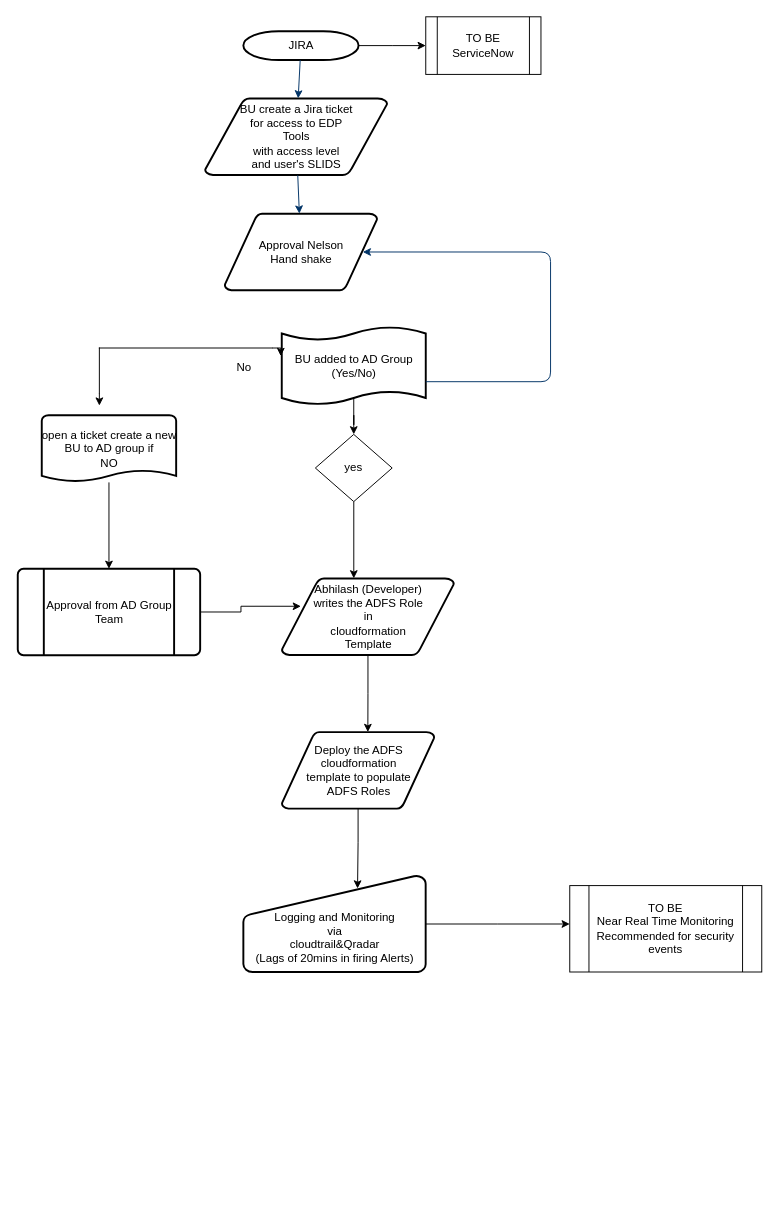
This is Copy of Formalized IAM Roles.drawio from devopseze/agbaeze, a draw.io file, before an edit. Source tidied: cells renumbered, new cells numbered last; positions are measured from the earlier drawing's top-left corner, leaving out a move shared by most shapes. Both pictures are drawn from the tidied source at 96%, with x=0, y=0 at pixel (17, 16).
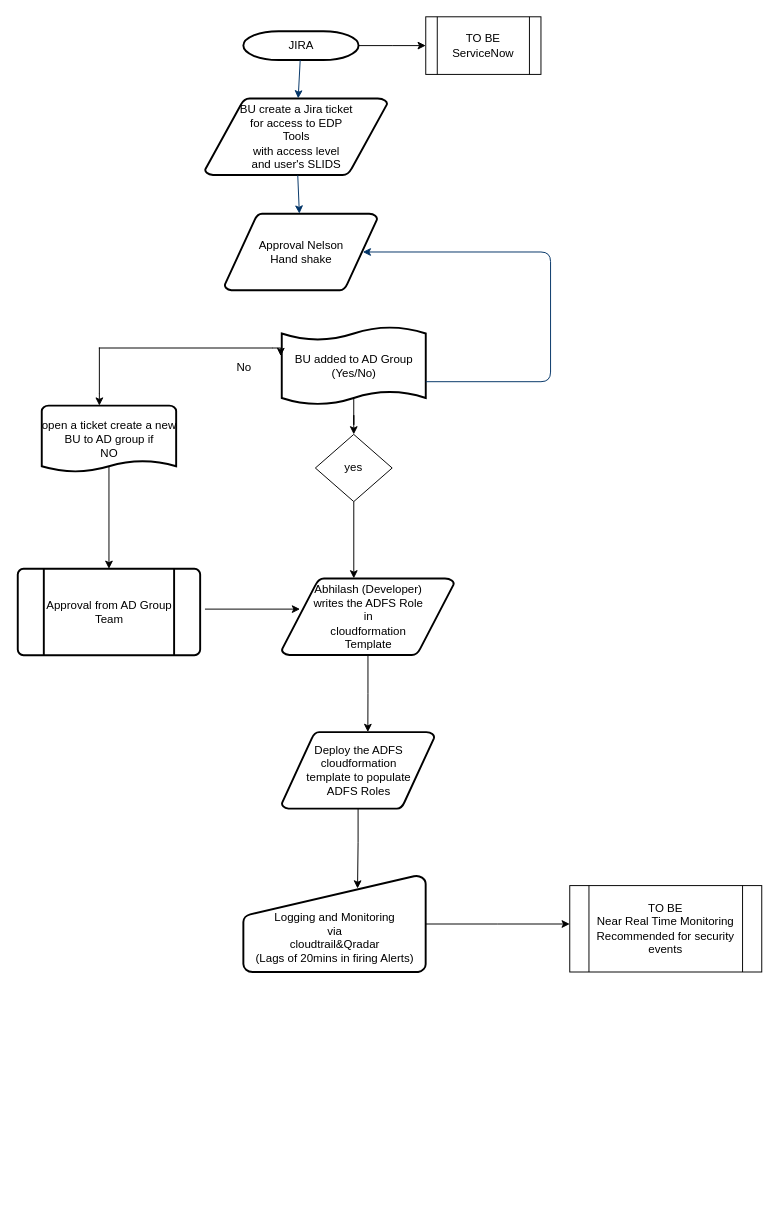
The same page after the edit.

The change refers to these unchanged cells:
```xml
<mxCell id="6" value="&lt;div&gt;Abhilash (Developer)&lt;/div&gt;&lt;div&gt;writes the ADFS Role&lt;/div&gt;&lt;div&gt;in&lt;br&gt;&lt;/div&gt;&lt;div&gt;cloudformation &lt;br&gt;&lt;/div&gt;&lt;div&gt;Template&lt;br&gt;&lt;/div&gt;" style="shape=mxgraph.flowchart.data;strokeWidth=2;gradientColor=none;gradientDirection=north;fontStyle=0;html=1;" parent="1" vertex="1">
  <mxGeometry x="275" y="585" width="179.5" height="80" as="geometry" />
</mxCell>
<mxCell id="15" value="&lt;div&gt;Approval from AD Group &lt;br&gt;&lt;/div&gt;&lt;div&gt;Team&lt;/div&gt;" style="shape=mxgraph.flowchart.predefined_process;strokeWidth=2;gradientColor=none;gradientDirection=north;fontStyle=0;html=1;" parent="1" vertex="1">
  <mxGeometry y="575" width="190" height="90" as="geometry" />
</mxCell>
```

Change to the diagram source:
```diff
@@
-    <mxCell id="12" style="edgeStyle=orthogonalEdgeStyle;rounded=0;jettySize=auto;html=1;entryX=0.5;entryY=0;entryDx=0;entryDy=0;entryPerimeter=0;" parent="1" edge="1" source="13" target="15">
+    <mxCell id="12" style="edgeStyle=orthogonalEdgeStyle;rounded=0;jettySize=auto;html=1;entryX=0.5;entryY=0;entryDx=0;entryDy=0;entryPerimeter=0;exitX=0.5;exitY=0.9;exitDx=0;exitDy=0;exitPerimeter=0;" parent="1" edge="1" source="13" target="15">
       <mxGeometry relative="1" as="geometry" />
     </mxCell>
     <mxCell id="13" value="&lt;div&gt;open a ticket create a new &lt;br&gt;&lt;/div&gt;&lt;div&gt;BU to AD group if &lt;br&gt;&lt;/div&gt;&lt;div&gt;NO&lt;br&gt;&lt;/div&gt;" style="shape=mxgraph.flowchart.document;strokeWidth=2;gradientColor=none;gradientDirection=north;fontStyle=0;html=1;" parent="1" vertex="1">
-      <mxGeometry x="25" y="415" width="140" height="70" as="geometry" />
+      <mxGeometry x="25" y="405" width="140" height="70" as="geometry" />
     </mxCell>
-    <mxCell id="14" style="edgeStyle=orthogonalEdgeStyle;rounded=0;jettySize=auto;html=1;entryX=0.111;entryY=0.363;entryDx=0;entryDy=0;entryPerimeter=0;" parent="1" edge="1" source="15" target="6">
-      <mxGeometry relative="1" as="geometry" />
-    </mxCell>
@@
+    <mxCell id="30" style="endArrow=classic;html=1;entryX=0.106;entryY=0.4;entryDx=0;entryDy=0;entryPerimeter=0;" parent="1" edge="1" target="6">
+      <mxGeometry relative="1" as="geometry">
+        <mxPoint x="195" y="617" as="sourcePoint" />
+      </mxGeometry>
+    </mxCell>
```
